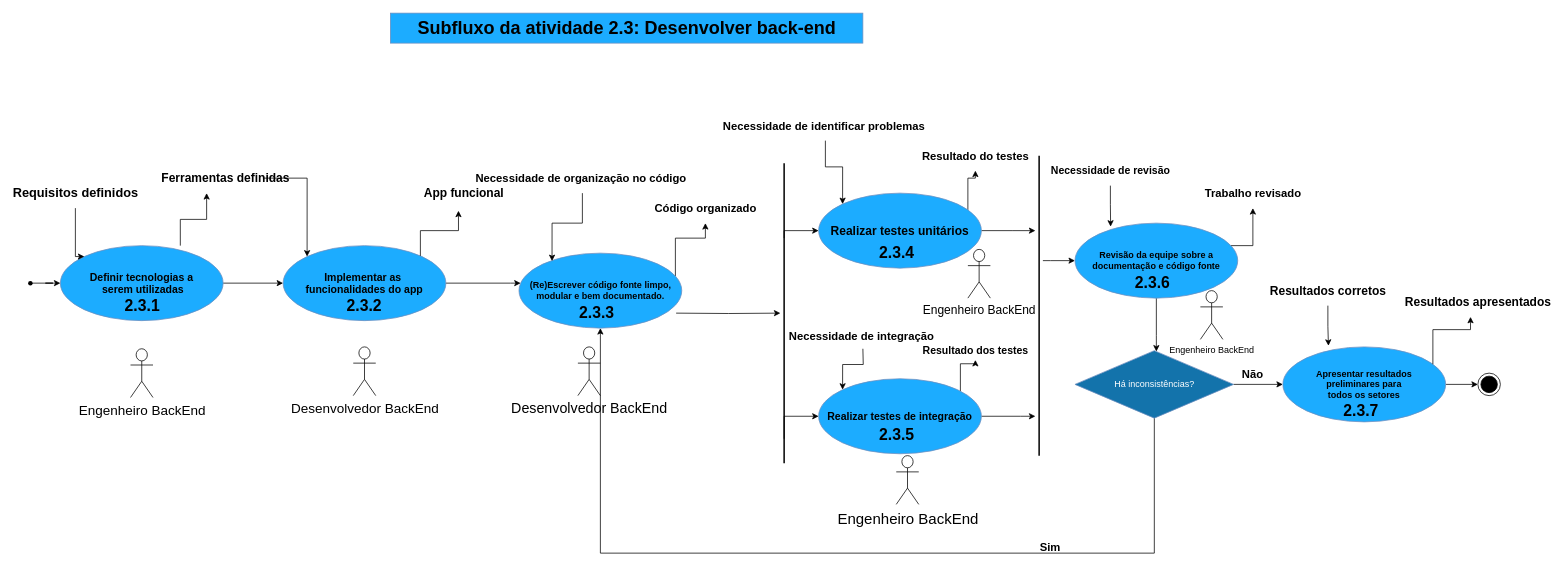
helloisasilva/Processo-de-engenharia-de-software-para-App-mobile keeps this draw.io diagram as page "Subfluxo das atividades em desenvolvimento(3): backend" (6 of 8) of Diagrama sem nome.drawio. Above is the earlier version. Source tidied: cells renumbered, new cells numbered last; positions are measured from the earlier drawing's top-left corner, leaving out a move shared by most shapes. Both pictures are drawn from the tidied source at 75%, with x=0, y=0 at pixel (22, 13).
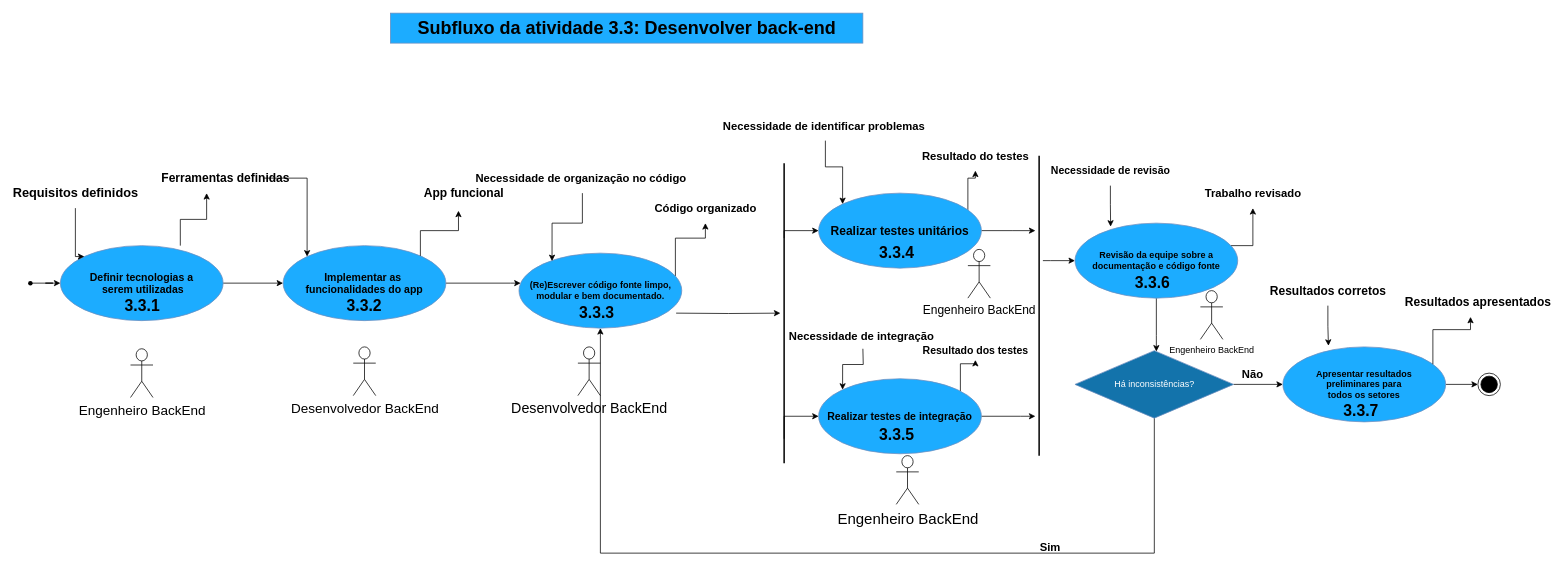
The same page after the edit.

Change to the diagram source:
```diff
@@
-    <mxCell id="7" value="Subfluxo da atividade 2.3: Desenvolver back-end" style="text;strokeColor=#6c8ebf;fillColor=#1CACFF;html=1;fontSize=24;fontStyle=1;verticalAlign=middle;align=center;" parent="1" vertex="1">
+    <mxCell id="7" value="Subfluxo da atividade 3.3: Desenvolver back-end" style="text;strokeColor=#6c8ebf;fillColor=#1CACFF;html=1;fontSize=24;fontStyle=1;verticalAlign=middle;align=center;" parent="1" vertex="1">
       <mxGeometry x="490" width="630" height="40" as="geometry" />
     </mxCell>
@@
-    <mxCell id="34" value="2.3.1" style="text;strokeColor=none;fillColor=none;html=1;fontSize=21;fontStyle=1;verticalAlign=middle;align=center;" parent="1" vertex="1">
+    <mxCell id="34" value="3.3.1" style="text;strokeColor=none;fillColor=none;html=1;fontSize=21;fontStyle=1;verticalAlign=middle;align=center;" parent="1" vertex="1">
       <mxGeometry x="108.5" y="370" width="100" height="40" as="geometry" />
     </mxCell>
-    <mxCell id="35" value="&lt;span style=&quot;font-family: Helvetica; font-size: 21px; font-style: normal; font-variant-ligatures: normal; font-variant-caps: normal; font-weight: 700; letter-spacing: normal; orphans: 2; text-align: center; text-indent: 0px; text-transform: none; widows: 2; word-spacing: 0px; -webkit-text-stroke-width: 0px; white-space: nowrap; text-decoration-thickness: initial; text-decoration-style: initial; text-decoration-color: initial; float: none; display: inline !important;&quot;&gt;2.3.2&lt;/span&gt;" style="text;whiteSpace=wrap;html=1;fontColor=default;labelBackgroundColor=none;textShadow=0;" parent="1" vertex="1">
+    <mxCell id="35" value="&lt;span style=&quot;font-family: Helvetica; font-size: 21px; font-style: normal; font-variant-ligatures: normal; font-variant-caps: normal; font-weight: 700; letter-spacing: normal; orphans: 2; text-align: center; text-indent: 0px; text-transform: none; widows: 2; word-spacing: 0px; -webkit-text-stroke-width: 0px; white-space: nowrap; text-decoration-thickness: initial; text-decoration-style: initial; text-decoration-color: initial; float: none; display: inline !important;&quot;&gt;3.3.2&lt;/span&gt;" style="text;whiteSpace=wrap;html=1;fontColor=default;labelBackgroundColor=none;textShadow=0;" parent="1" vertex="1">
       <mxGeometry x="430" y="370" width="80" height="50" as="geometry" />
     </mxCell>
-    <mxCell id="36" value="&lt;span style=&quot;color: rgb(0, 0, 0); font-family: Helvetica; font-size: 21px; font-style: normal; font-variant-ligatures: normal; font-variant-caps: normal; font-weight: 700; letter-spacing: normal; orphans: 2; text-align: center; text-indent: 0px; text-transform: none; widows: 2; word-spacing: 0px; -webkit-text-stroke-width: 0px; white-space: nowrap; text-decoration-thickness: initial; text-decoration-style: initial; text-decoration-color: initial; float: none; display: inline !important;&quot;&gt;2.3.4&lt;/span&gt;&lt;div&gt;&lt;span style=&quot;color: rgb(0, 0, 0); font-family: Helvetica; font-size: 21px; font-style: normal; font-variant-ligatures: normal; font-variant-caps: normal; font-weight: 700; letter-spacing: normal; orphans: 2; text-align: center; text-indent: 0px; text-transform: none; widows: 2; word-spacing: 0px; -webkit-text-stroke-width: 0px; white-space: nowrap; text-decoration-thickness: initial; text-decoration-style: initial; text-decoration-color: initial; float: none; display: inline !important;&quot;&gt;&lt;br&gt;&lt;/span&gt;&lt;/div&gt;" style="text;whiteSpace=wrap;html=1;labelBackgroundColor=none;" parent="1" vertex="1">
+    <mxCell id="36" value="&lt;span style=&quot;color: rgb(0, 0, 0); font-family: Helvetica; font-size: 21px; font-style: normal; font-variant-ligatures: normal; font-variant-caps: normal; font-weight: 700; letter-spacing: normal; orphans: 2; text-align: center; text-indent: 0px; text-transform: none; widows: 2; word-spacing: 0px; -webkit-text-stroke-width: 0px; white-space: nowrap; text-decoration-thickness: initial; text-decoration-style: initial; text-decoration-color: initial; float: none; display: inline !important;&quot;&gt;3.3.4&lt;/span&gt;&lt;div&gt;&lt;span style=&quot;color: rgb(0, 0, 0); font-family: Helvetica; font-size: 21px; font-style: normal; font-variant-ligatures: normal; font-variant-caps: normal; font-weight: 700; letter-spacing: normal; orphans: 2; text-align: center; text-indent: 0px; text-transform: none; widows: 2; word-spacing: 0px; -webkit-text-stroke-width: 0px; white-space: nowrap; text-decoration-thickness: initial; text-decoration-style: initial; text-decoration-color: initial; float: none; display: inline !important;&quot;&gt;&lt;br&gt;&lt;/span&gt;&lt;/div&gt;" style="text;whiteSpace=wrap;html=1;labelBackgroundColor=none;" parent="1" vertex="1">
       <mxGeometry x="1140" y="300" width="60" height="40" as="geometry" />
     </mxCell>
@@
-    <mxCell id="38" value="&lt;span style=&quot;color: rgb(0, 0, 0); font-family: Helvetica; font-size: 21px; font-style: normal; font-variant-ligatures: normal; font-variant-caps: normal; font-weight: 700; letter-spacing: normal; orphans: 2; text-align: center; text-indent: 0px; text-transform: none; widows: 2; word-spacing: 0px; -webkit-text-stroke-width: 0px; white-space: nowrap; text-decoration-thickness: initial; text-decoration-style: initial; text-decoration-color: initial; float: none; display: inline !important;&quot;&gt;2.3.3&lt;/span&gt;&lt;div&gt;&lt;span style=&quot;color: rgb(0, 0, 0); font-family: Helvetica; font-size: 21px; font-style: normal; font-variant-ligatures: normal; font-variant-caps: normal; font-weight: 700; letter-spacing: normal; orphans: 2; text-align: center; text-indent: 0px; text-transform: none; widows: 2; word-spacing: 0px; -webkit-text-stroke-width: 0px; white-space: nowrap; text-decoration-thickness: initial; text-decoration-style: initial; text-decoration-color: initial; float: none; display: inline !important;&quot;&gt;&lt;br&gt;&lt;/span&gt;&lt;/div&gt;" style="text;whiteSpace=wrap;html=1;labelBackgroundColor=none;" parent="1" vertex="1">
+    <mxCell id="38" value="&lt;span style=&quot;color: rgb(0, 0, 0); font-family: Helvetica; font-size: 21px; font-style: normal; font-variant-ligatures: normal; font-variant-caps: normal; font-weight: 700; letter-spacing: normal; orphans: 2; text-align: center; text-indent: 0px; text-transform: none; widows: 2; word-spacing: 0px; -webkit-text-stroke-width: 0px; white-space: nowrap; text-decoration-thickness: initial; text-decoration-style: initial; text-decoration-color: initial; float: none; display: inline !important;&quot;&gt;3.3.3&lt;/span&gt;&lt;div&gt;&lt;span style=&quot;color: rgb(0, 0, 0); font-family: Helvetica; font-size: 21px; font-style: normal; font-variant-ligatures: normal; font-variant-caps: normal; font-weight: 700; letter-spacing: normal; orphans: 2; text-align: center; text-indent: 0px; text-transform: none; widows: 2; word-spacing: 0px; -webkit-text-stroke-width: 0px; white-space: nowrap; text-decoration-thickness: initial; text-decoration-style: initial; text-decoration-color: initial; float: none; display: inline !important;&quot;&gt;&lt;br&gt;&lt;/span&gt;&lt;/div&gt;" style="text;whiteSpace=wrap;html=1;labelBackgroundColor=none;" parent="1" vertex="1">
       <mxGeometry x="740" y="380" width="60" height="40" as="geometry" />
     </mxCell>
-    <mxCell id="39" value="&lt;span style=&quot;color: rgb(0, 0, 0); font-family: Helvetica; font-size: 21px; font-style: normal; font-variant-ligatures: normal; font-variant-caps: normal; font-weight: 700; letter-spacing: normal; orphans: 2; text-align: center; text-indent: 0px; text-transform: none; widows: 2; word-spacing: 0px; -webkit-text-stroke-width: 0px; white-space: nowrap; text-decoration-thickness: initial; text-decoration-style: initial; text-decoration-color: initial; float: none; display: inline !important;&quot;&gt;2.3.5&lt;/span&gt;&lt;div&gt;&lt;span style=&quot;color: rgb(0, 0, 0); font-family: Helvetica; font-size: 21px; font-style: normal; font-variant-ligatures: normal; font-variant-caps: normal; font-weight: 700; letter-spacing: normal; orphans: 2; text-align: center; text-indent: 0px; text-transform: none; widows: 2; word-spacing: 0px; -webkit-text-stroke-width: 0px; white-space: nowrap; text-decoration-thickness: initial; text-decoration-style: initial; text-decoration-color: initial; float: none; display: inline !important;&quot;&gt;&lt;br&gt;&lt;/span&gt;&lt;/div&gt;" style="text;whiteSpace=wrap;html=1;labelBackgroundColor=none;" parent="1" vertex="1">
+    <mxCell id="39" value="&lt;span style=&quot;color: rgb(0, 0, 0); font-family: Helvetica; font-size: 21px; font-style: normal; font-variant-ligatures: normal; font-variant-caps: normal; font-weight: 700; letter-spacing: normal; orphans: 2; text-align: center; text-indent: 0px; text-transform: none; widows: 2; word-spacing: 0px; -webkit-text-stroke-width: 0px; white-space: nowrap; text-decoration-thickness: initial; text-decoration-style: initial; text-decoration-color: initial; float: none; display: inline !important;&quot;&gt;3.3.5&lt;/span&gt;&lt;div&gt;&lt;span style=&quot;color: rgb(0, 0, 0); font-family: Helvetica; font-size: 21px; font-style: normal; font-variant-ligatures: normal; font-variant-caps: normal; font-weight: 700; letter-spacing: normal; orphans: 2; text-align: center; text-indent: 0px; text-transform: none; widows: 2; word-spacing: 0px; -webkit-text-stroke-width: 0px; white-space: nowrap; text-decoration-thickness: initial; text-decoration-style: initial; text-decoration-color: initial; float: none; display: inline !important;&quot;&gt;&lt;br&gt;&lt;/span&gt;&lt;/div&gt;" style="text;whiteSpace=wrap;html=1;labelBackgroundColor=none;" parent="1" vertex="1">
       <mxGeometry x="1139.5" y="542.5" width="60" height="40" as="geometry" />
     </mxCell>
-    <mxCell id="40" value="&lt;span style=&quot;color: rgb(0, 0, 0); font-family: Helvetica; font-size: 21px; font-style: normal; font-variant-ligatures: normal; font-variant-caps: normal; font-weight: 700; letter-spacing: normal; orphans: 2; text-align: center; text-indent: 0px; text-transform: none; widows: 2; word-spacing: 0px; -webkit-text-stroke-width: 0px; white-space: nowrap; text-decoration-thickness: initial; text-decoration-style: initial; text-decoration-color: initial; float: none; display: inline !important;&quot;&gt;2.3.6&lt;/span&gt;&lt;div&gt;&lt;span style=&quot;color: rgb(0, 0, 0); font-family: Helvetica; font-size: 21px; font-style: normal; font-variant-ligatures: normal; font-variant-caps: normal; font-weight: 700; letter-spacing: normal; orphans: 2; text-align: center; text-indent: 0px; text-transform: none; widows: 2; word-spacing: 0px; -webkit-text-stroke-width: 0px; white-space: nowrap; text-decoration-thickness: initial; text-decoration-style: initial; text-decoration-color: initial; float: none; display: inline !important;&quot;&gt;&lt;br&gt;&lt;/span&gt;&lt;/div&gt;" style="text;whiteSpace=wrap;html=1;labelBackgroundColor=none;" parent="1" vertex="1">
+    <mxCell id="40" value="&lt;span style=&quot;color: rgb(0, 0, 0); font-family: Helvetica; font-size: 21px; font-style: normal; font-variant-ligatures: normal; font-variant-caps: normal; font-weight: 700; letter-spacing: normal; orphans: 2; text-align: center; text-indent: 0px; text-transform: none; widows: 2; word-spacing: 0px; -webkit-text-stroke-width: 0px; white-space: nowrap; text-decoration-thickness: initial; text-decoration-style: initial; text-decoration-color: initial; float: none; display: inline !important;&quot;&gt;3.3.6&lt;/span&gt;&lt;div&gt;&lt;span style=&quot;color: rgb(0, 0, 0); font-family: Helvetica; font-size: 21px; font-style: normal; font-variant-ligatures: normal; font-variant-caps: normal; font-weight: 700; letter-spacing: normal; orphans: 2; text-align: center; text-indent: 0px; text-transform: none; widows: 2; word-spacing: 0px; -webkit-text-stroke-width: 0px; white-space: nowrap; text-decoration-thickness: initial; text-decoration-style: initial; text-decoration-color: initial; float: none; display: inline !important;&quot;&gt;&lt;br&gt;&lt;/span&gt;&lt;/div&gt;" style="text;whiteSpace=wrap;html=1;labelBackgroundColor=none;" parent="1" vertex="1">
       <mxGeometry x="1481.2" y="340" width="60" height="40" as="geometry" />
     </mxCell>
-    <mxCell id="41" value="&lt;span style=&quot;color: rgb(0, 0, 0); font-family: Helvetica; font-size: 21px; font-style: normal; font-variant-ligatures: normal; font-variant-caps: normal; font-weight: 700; letter-spacing: normal; orphans: 2; text-align: center; text-indent: 0px; text-transform: none; widows: 2; word-spacing: 0px; -webkit-text-stroke-width: 0px; white-space: nowrap; text-decoration-thickness: initial; text-decoration-style: initial; text-decoration-color: initial; float: none; display: inline !important;&quot;&gt;2.3.7&lt;/span&gt;&lt;div&gt;&lt;span style=&quot;color: rgb(0, 0, 0); font-family: Helvetica; font-size: 21px; font-style: normal; font-variant-ligatures: normal; font-variant-caps: normal; font-weight: 700; letter-spacing: normal; orphans: 2; text-align: center; text-indent: 0px; text-transform: none; widows: 2; word-spacing: 0px; -webkit-text-stroke-width: 0px; white-space: nowrap; text-decoration-thickness: initial; text-decoration-style: initial; text-decoration-color: initial; float: none; display: inline !important;&quot;&gt;&lt;br&gt;&lt;/span&gt;&lt;/div&gt;" style="text;whiteSpace=wrap;html=1;labelBackgroundColor=none;" parent="1" vertex="1">
+    <mxCell id="41" value="&lt;span style=&quot;color: rgb(0, 0, 0); font-family: Helvetica; font-size: 21px; font-style: normal; font-variant-ligatures: normal; font-variant-caps: normal; font-weight: 700; letter-spacing: normal; orphans: 2; text-align: center; text-indent: 0px; text-transform: none; widows: 2; word-spacing: 0px; -webkit-text-stroke-width: 0px; white-space: nowrap; text-decoration-thickness: initial; text-decoration-style: initial; text-decoration-color: initial; float: none; display: inline !important;&quot;&gt;3.3.7&lt;/span&gt;&lt;div&gt;&lt;span style=&quot;color: rgb(0, 0, 0); font-family: Helvetica; font-size: 21px; font-style: normal; font-variant-ligatures: normal; font-variant-caps: normal; font-weight: 700; letter-spacing: normal; orphans: 2; text-align: center; text-indent: 0px; text-transform: none; widows: 2; word-spacing: 0px; -webkit-text-stroke-width: 0px; white-space: nowrap; text-decoration-thickness: initial; text-decoration-style: initial; text-decoration-color: initial; float: none; display: inline !important;&quot;&gt;&lt;br&gt;&lt;/span&gt;&lt;/div&gt;" style="text;whiteSpace=wrap;html=1;labelBackgroundColor=none;" parent="1" vertex="1">
       <mxGeometry x="1758.5" y="510" width="60" height="40" as="geometry" />
     </mxCell>
```
